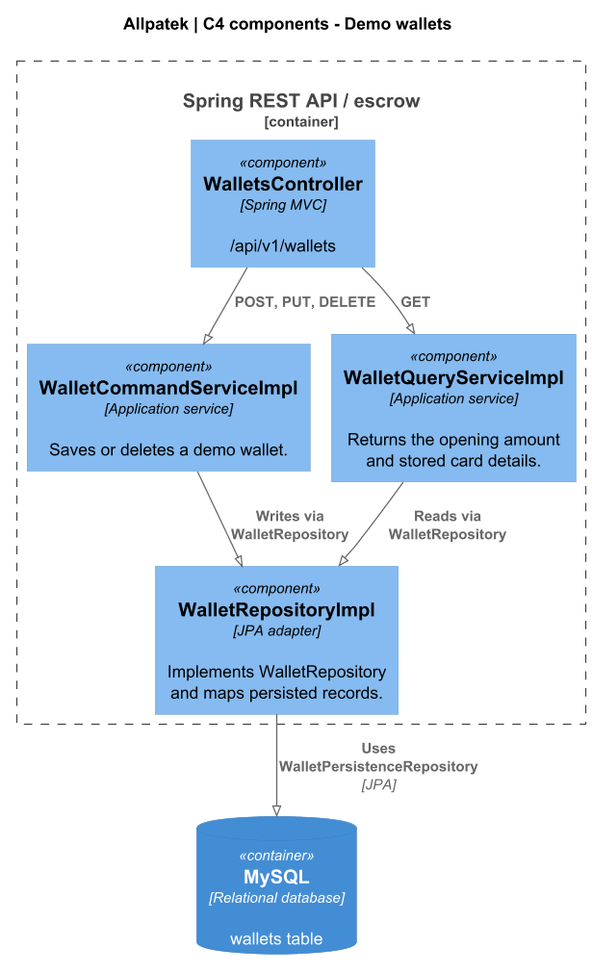
upc-pre-202620-1asi0729-7753-Terranova/allpatek-report keeps this PlantUML diagram as assets/chapter-04/architecture/c4-escrow.png. Above is the earlier version.
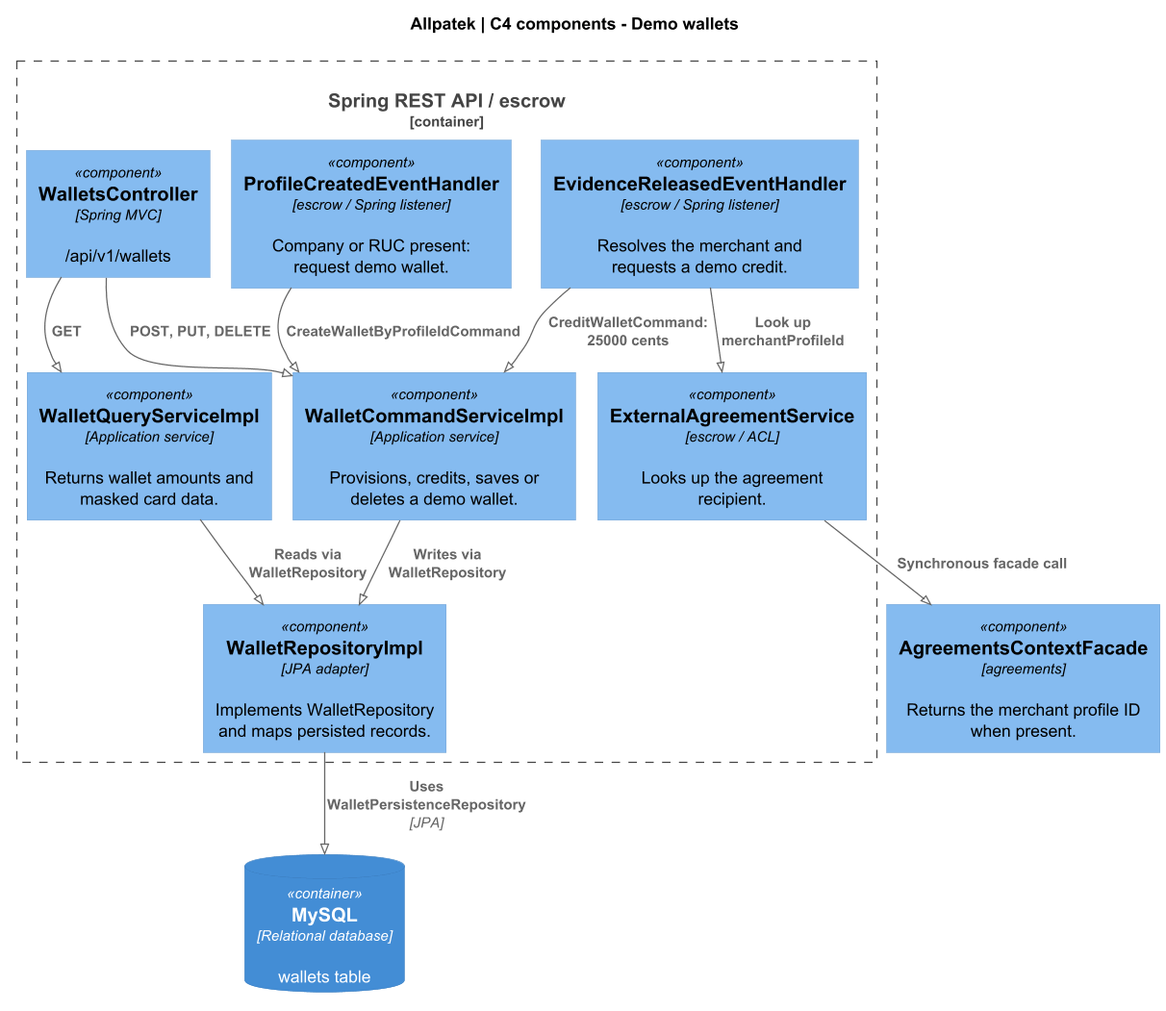
After the change.

Commit message:
docs(c4): trace wallet provisioning and merchant credits

Diff of the diagram source:
```diff
@@ -10,9 +10,12 @@
 title Allpatek | C4 components - Demo wallets
 Container_Boundary(api, "Spring REST API / escrow") {
   Component(rest, "WalletsController", "Spring MVC", "/api/v1/wallets")
-  Component(cmd, "WalletCommandServiceImpl", "Application service", "Saves or deletes a demo wallet.")
-  Component(query, "WalletQueryServiceImpl", "Application service", "Returns the opening amount and stored card details.")
+  Component(cmd, "WalletCommandServiceImpl", "Application service", "Provisions, credits, saves or deletes a demo wallet.")
+  Component(query, "WalletQueryServiceImpl", "Application service", "Returns wallet amounts and masked card data.")
   Component(repo, "WalletRepositoryImpl", "JPA adapter", "Implements WalletRepository and maps persisted records.")
+  Component(prov, "ProfileCreatedEventHandler", "escrow / Spring listener", "Company or RUC present: request demo wallet.")
+  Component(credit, "EvidenceReleasedEventHandler", "escrow / Spring listener", "Resolves the merchant and requests a demo credit.")
+  Component(acl, "ExternalAgreementService", "escrow / ACL", "Looks up the agreement recipient.")
 }
 
 ContainerDb(db, "MySQL", "Relational database", "wallets table")
@@ -21,4 +24,12 @@
 Rel(cmd, repo, "Writes via WalletRepository")
 Rel(query, repo, "Reads via WalletRepository")
 Rel(repo, db, "Uses WalletPersistenceRepository", "JPA")
+
+
+
+Component(ag, "AgreementsContextFacade", "agreements", "Returns the merchant profile ID when present.")
+Rel(prov, cmd, "CreateWalletByProfileIdCommand")
+Rel(credit, acl, "Look up merchantProfileId")
+Rel(acl, ag, "Synchronous facade call")
+Rel(credit, cmd, "CreditWalletCommand: 25000 cents")
 @enduml
```
